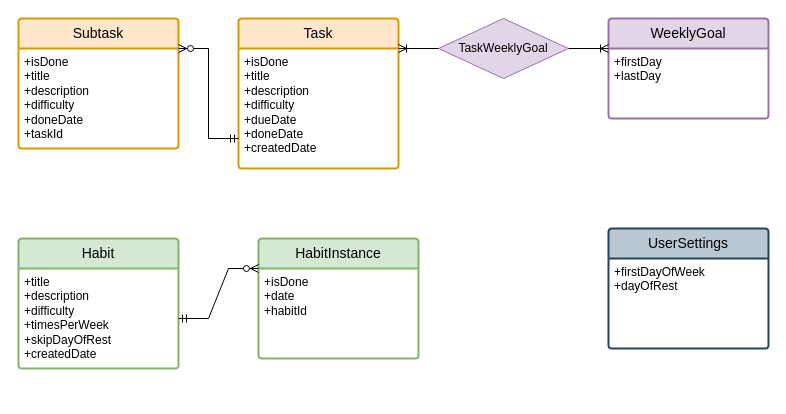
The draw.io diagram Documentation/AchieverERD.drawio in imclerran/AchieverAPI, before the edit. Source tidied: cells renumbered, new cells numbered last; positions are measured from the earlier drawing's top-left corner, leaving out a move shared by most shapes. Both pictures are drawn from the tidied source at 100%, with x=0, y=0 at pixel (18, 18).
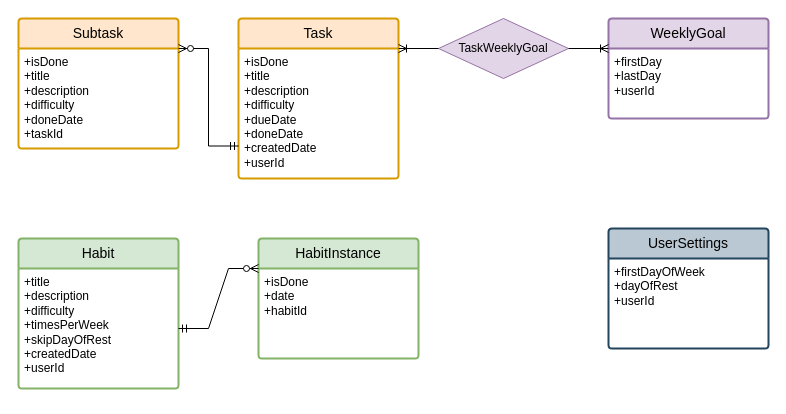
The same page after the edit.

The change refers to these unchanged cells:
```xml
<mxCell id="13" value="WeeklyGoal" style="swimlane;horizontal=1;startSize=30;rounded=1;fontSize=14;fontStyle=0;strokeWidth=2;shadow=0;dashed=0;align=center;arcSize=4;whiteSpace=wrap;html=1;fillColor=#e1d5e7;strokeColor=#9673a6;" parent="1" vertex="1">
  <mxGeometry x="590" width="160" height="100" as="geometry" />
</mxCell>
<mxCell id="18" value="UserSettings" style="swimlane;horizontal=1;startSize=30;rounded=1;fontSize=14;fontStyle=0;strokeWidth=2;shadow=0;dashed=0;align=center;arcSize=4;whiteSpace=wrap;html=1;fillColor=#bac8d3;strokeColor=#23445d;" parent="1" vertex="1">
  <mxGeometry x="590" y="210" width="160" height="120" as="geometry" />
</mxCell>
```

Diff of the diagram source:
```diff
@@
     <mxCell id="2" value="Task" style="swimlane;horizontal=1;startSize=30;rounded=1;fontSize=14;fontStyle=0;strokeWidth=2;shadow=0;dashed=0;align=center;arcSize=4;whiteSpace=wrap;html=1;fillColor=#ffe6cc;strokeColor=#d79b00;" parent="1" vertex="1">
-      <mxGeometry x="220" width="160" height="150" as="geometry" />
+      <mxGeometry x="220" width="160" height="160" as="geometry" />
     </mxCell>
-    <mxCell id="3" value="+isDone&lt;br&gt;+title&lt;br&gt;+description&lt;div&gt;+difficulty&lt;br&gt;+dueDate&lt;/div&gt;&lt;div&gt;+doneDate&lt;br&gt;+createdDate&lt;/div&gt;&lt;div&gt;&lt;br&gt;&lt;/div&gt;" style="align=left;strokeColor=none;fillColor=none;spacingLeft=4;fontSize=12;verticalAlign=top;html=1;" parent="2" vertex="1">
-      <mxGeometry y="30" width="160" height="120" as="geometry" />
+    <mxCell id="3" value="+isDone&lt;br&gt;+title&lt;br&gt;+description&lt;div&gt;+difficulty&lt;br&gt;+dueDate&lt;/div&gt;&lt;div&gt;+doneDate&lt;br&gt;+createdDate&lt;/div&gt;&lt;div&gt;+userId&lt;/div&gt;" style="align=left;strokeColor=none;fillColor=none;spacingLeft=4;fontSize=12;verticalAlign=top;html=1;" parent="2" vertex="1">
+      <mxGeometry y="30" width="160" height="130" as="geometry" />
     </mxCell>
@@
     <mxCell id="7" value="Habit" style="swimlane;horizontal=1;startSize=30;rounded=1;fontSize=14;fontStyle=0;strokeWidth=2;shadow=0;dashed=0;align=center;arcSize=4;whiteSpace=wrap;html=1;fillColor=#d5e8d4;strokeColor=#82b366;" parent="1" vertex="1">
-      <mxGeometry y="220" width="160" height="130" as="geometry" />
+      <mxGeometry y="220" width="160" height="150" as="geometry" />
     </mxCell>
-    <mxCell id="8" value="+title&lt;div&gt;+description&lt;br&gt;+difficulty&lt;br&gt;+timesPerWeek&lt;/div&gt;&lt;div&gt;+skipDayOfRest&lt;br&gt;&lt;div&gt;+createdDate&lt;/div&gt;&lt;/div&gt;" style="align=left;strokeColor=none;fillColor=none;spacingLeft=4;fontSize=12;verticalAlign=top;html=1;" parent="7" vertex="1">
-      <mxGeometry y="30" width="160" height="100" as="geometry" />
+    <mxCell id="8" value="+title&lt;div&gt;+description&lt;br&gt;+difficulty&lt;br&gt;+timesPerWeek&lt;/div&gt;&lt;div&gt;+skipDayOfRest&lt;br&gt;&lt;div&gt;+createdDate&lt;/div&gt;&lt;/div&gt;&lt;div&gt;+userId&lt;/div&gt;" style="align=left;strokeColor=none;fillColor=none;spacingLeft=4;fontSize=12;verticalAlign=top;html=1;" parent="7" vertex="1">
+      <mxGeometry y="30" width="160" height="120" as="geometry" />
     </mxCell>
@@
-    <mxCell id="14" value="&lt;div&gt;+firstDay&lt;/div&gt;&lt;div&gt;+lastDay&lt;/div&gt;" style="align=left;strokeColor=none;fillColor=none;spacingLeft=4;fontSize=12;verticalAlign=top;html=1;" parent="13" vertex="1">
+    <mxCell id="14" value="&lt;div&gt;+firstDay&lt;/div&gt;&lt;div&gt;+lastDay&lt;br&gt;+userId&lt;/div&gt;" style="align=left;strokeColor=none;fillColor=none;spacingLeft=4;fontSize=12;verticalAlign=top;html=1;" parent="13" vertex="1">
       <mxGeometry y="30" width="160" height="70" as="geometry" />
     </mxCell>
@@
-    <mxCell id="19" value="&lt;div&gt;+firstDayOfWeek&lt;/div&gt;+dayOfRest" style="align=left;strokeColor=none;fillColor=none;spacingLeft=4;fontSize=12;verticalAlign=top;html=1;" parent="18" vertex="1">
+    <mxCell id="19" value="&lt;div&gt;+firstDayOfWeek&lt;/div&gt;+dayOfRest&lt;div&gt;+userId&lt;/div&gt;" style="align=left;strokeColor=none;fillColor=none;spacingLeft=4;fontSize=12;verticalAlign=top;html=1;" parent="18" vertex="1">
       <mxGeometry y="30" width="160" height="90" as="geometry" />
     </mxCell>
```
